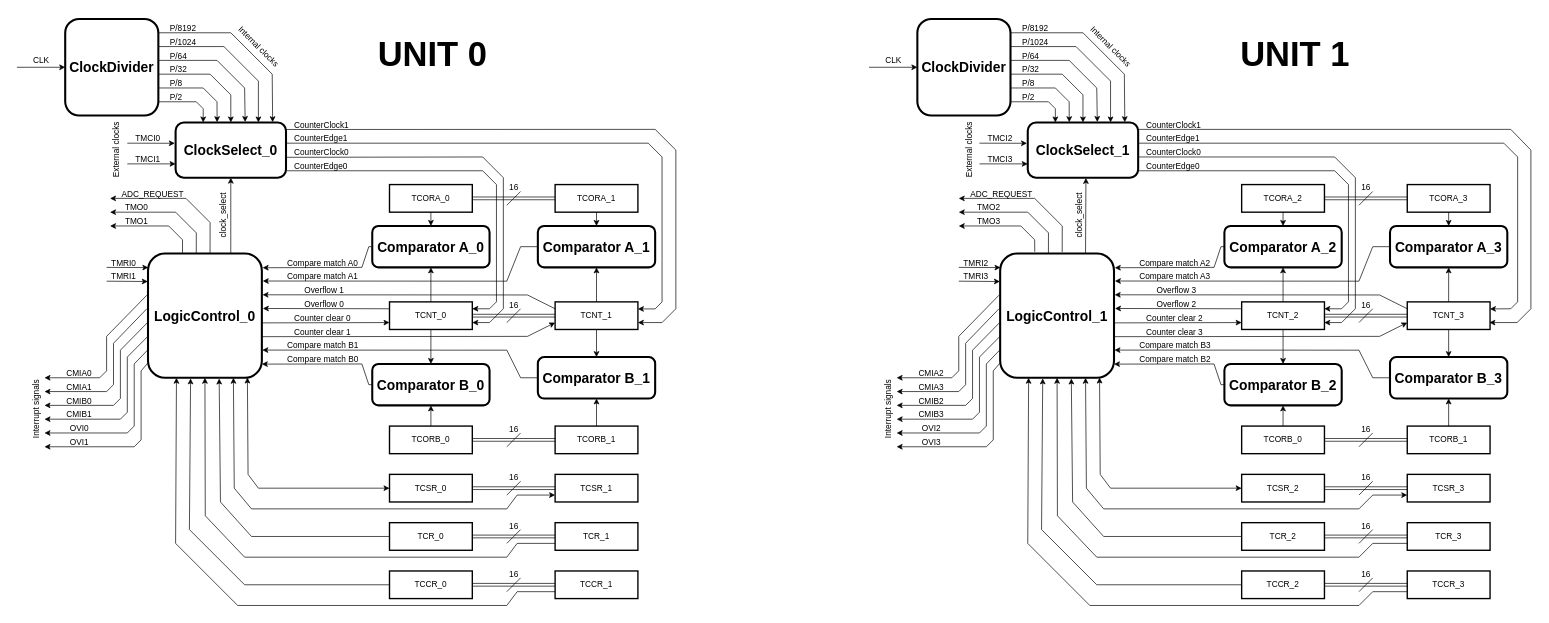
phat-tech123/8-bit-Timer keeps this draw.io diagram as 8bit_Timer.drawio. Above is the earlier version. Source tidied: cells renumbered, new cells numbered last; positions are measured from the earlier drawing's top-left corner, leaving out a move shared by most shapes. Both pictures are drawn from the tidied source at 69%, with x=0, y=0 at pixel (-1, 12).
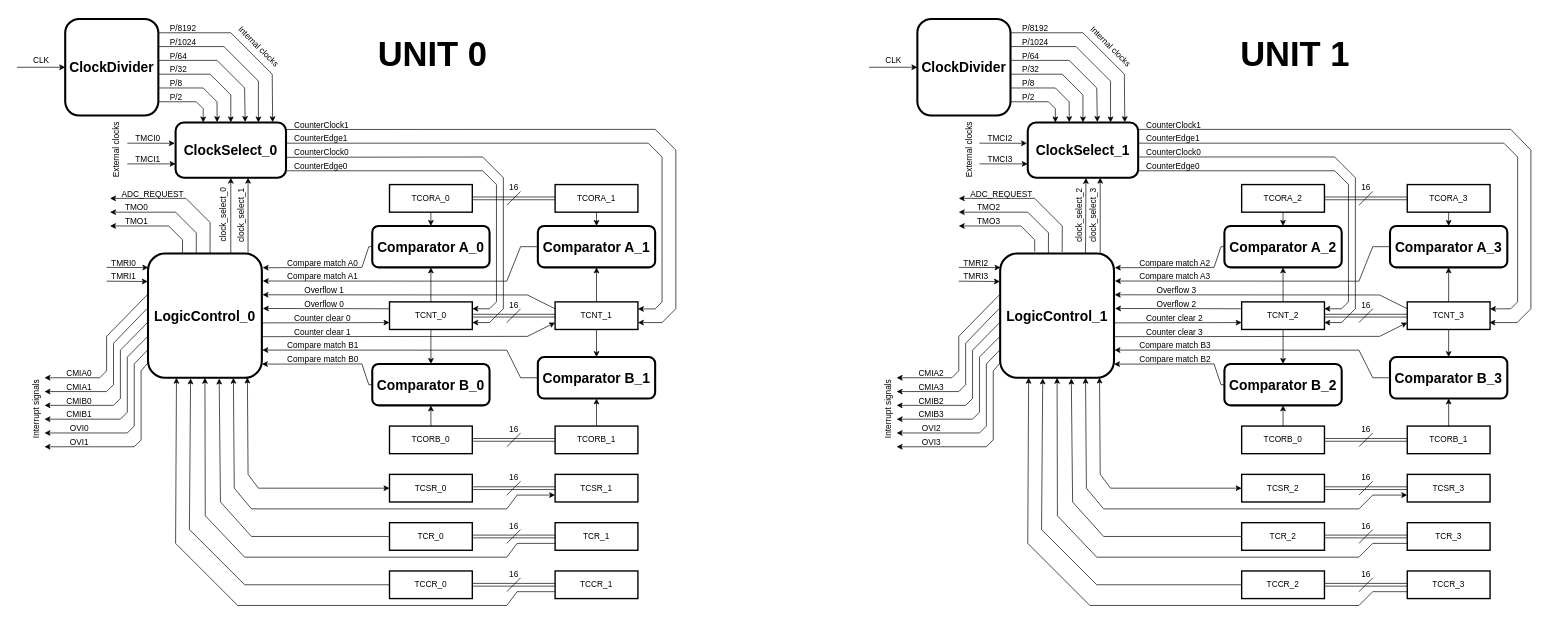
The same diagram, later.

The edit, as a diff of the source:
```diff
@@
-    <mxCell id="69" value="clock_select" style="text;html=1;align=center;verticalAlign=middle;strokeColor=none;fillColor=none;rotation=-90;" parent="1" vertex="1">
-      <mxGeometry x="280" y="280" width="90" height="30" as="geometry" />
+    <mxCell id="69" value="clock_select_0" style="text;html=1;align=center;verticalAlign=middle;strokeColor=none;fillColor=none;rotation=-90;" parent="1" vertex="1">
+      <mxGeometry x="275" y="279" width="100" height="30" as="geometry" />
     </mxCell>
@@
-    <mxCell id="166" value="clock_select" style="text;html=1;align=center;verticalAlign=middle;strokeColor=none;fillColor=none;rotation=-90;" parent="1" vertex="1">
-      <mxGeometry x="1520" y="280" width="90" height="30" as="geometry" />
+    <mxCell id="166" value="clock_select_2" style="text;html=1;align=center;verticalAlign=middle;strokeColor=none;fillColor=none;rotation=-90;" parent="1" vertex="1">
+      <mxGeometry x="1515" y="280" width="100" height="30" as="geometry" />
     </mxCell>
@@
+    <mxCell id="244" style="endArrow=classic;html=1;rounded=0;exitX=0.727;exitY=0;exitDx=0;exitDy=0;entryX=0.5;entryY=1;entryDx=0;entryDy=0;exitPerimeter=0;" parent="1" edge="1">
+      <mxGeometry relative="1" as="geometry">
+        <mxPoint x="360" y="350" as="sourcePoint" />
+        <mxPoint x="360" y="240" as="targetPoint" />
+      </mxGeometry>
+    </mxCell>
+    <mxCell id="245" value="clock_select_1" style="text;html=1;align=center;verticalAlign=middle;strokeColor=none;fillColor=none;rotation=-90;" parent="1" vertex="1">
+      <mxGeometry x="300" y="280" width="100" height="30" as="geometry" />
+    </mxCell>
+    <mxCell id="246" style="endArrow=classic;html=1;rounded=0;exitX=0.727;exitY=0;exitDx=0;exitDy=0;entryX=0.5;entryY=1;entryDx=0;entryDy=0;exitPerimeter=0;" parent="1" edge="1">
+      <mxGeometry relative="1" as="geometry">
+        <mxPoint x="1595" y="350" as="sourcePoint" />
+        <mxPoint x="1595" y="240" as="targetPoint" />
+      </mxGeometry>
+    </mxCell>
+    <mxCell id="247" value="clock_select_3" style="text;html=1;align=center;verticalAlign=middle;strokeColor=none;fillColor=none;rotation=-90;" parent="1" vertex="1">
+      <mxGeometry x="1535" y="280" width="100" height="30" as="geometry" />
+    </mxCell>
```
